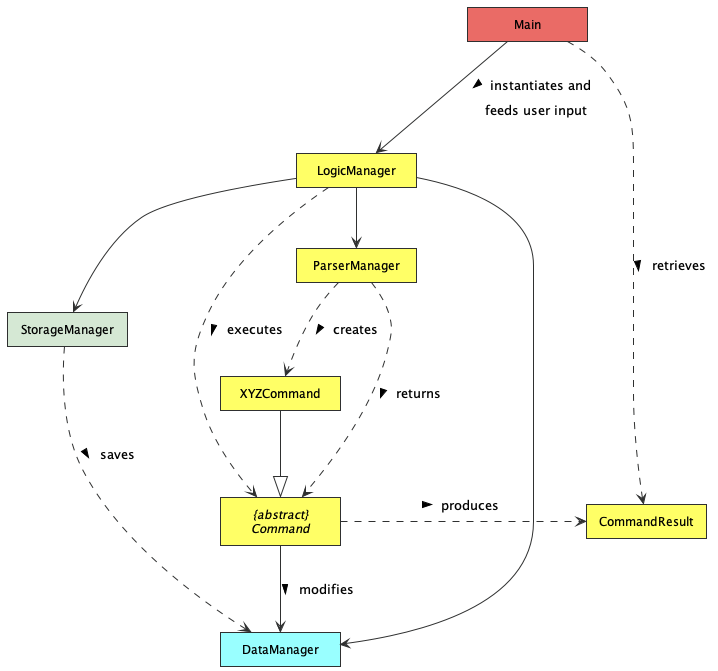
This is docs/images/LogicClassDiagram.png from tryyang2001/tp, a PlantUML export, as it was before one commit.
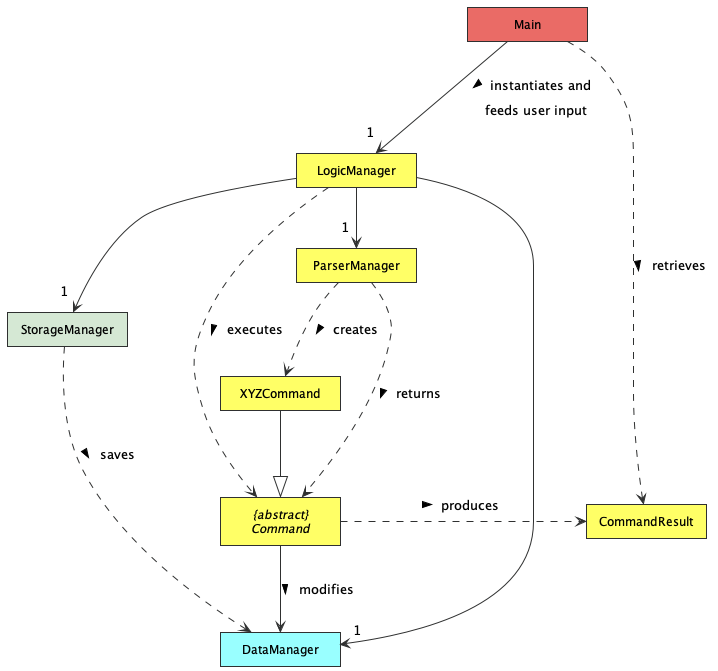
Later version of the same file.

Diff of the diagram source:
```diff
@@ -14,9 +14,9 @@
 abstract class "{abstract}\nCommand" AS Command LOGIC_COLOUR
 
 
-LogicManager --> ParserManager
-LogicManager --> StorageManager
-LogicManager -> DataManager
+LogicManager --> "1" ParserManager
+LogicManager --> "1" StorageManager
+LogicManager -> "1" DataManager
 
 ParserManager ..> XYZCommand : > creates
 XYZCommand --|> Command
@@ -25,7 +25,7 @@
 
 class Main MAIN_COLOUR
 
-Main --> LogicManager : > instantiates and \n feeds user input
+Main --> "1" LogicManager : > instantiates and \n feeds user input
 Command --> DataManager : > modifies
 ParserManager ..> Command : > returns
 StorageManager ..> DataManager : > saves
```
